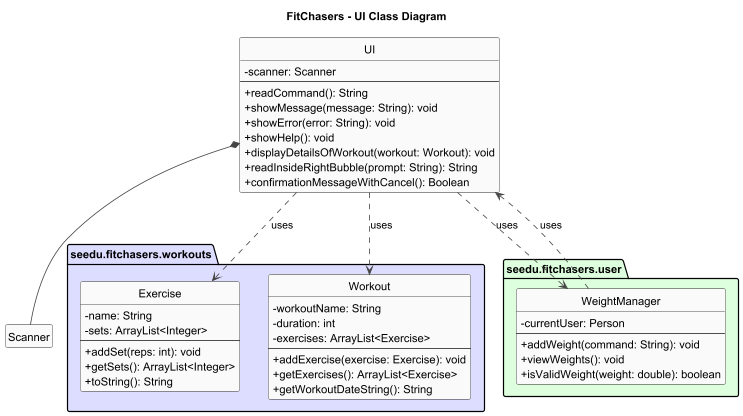
The PlantUML diagram docs/diagrams/UI_class_diagram.png in Exceptional-Khoi/tp, before a commit.
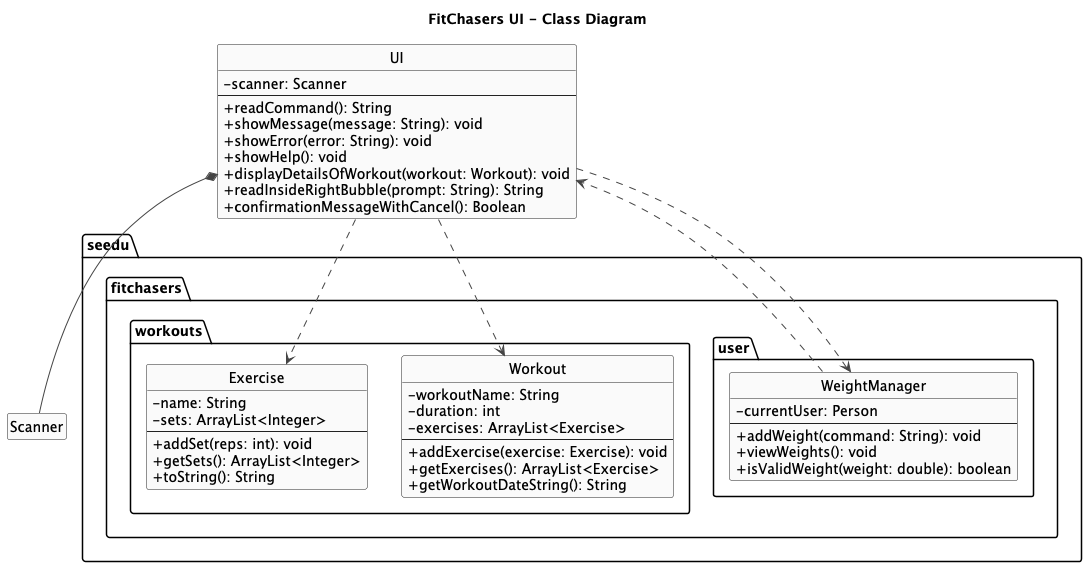
After the change.

The edit, as a diff of the source:
```diff
@@ -1,5 +1,5 @@
 @startuml
-title FitChasers - UI Class Diagram
+title FitChasers UI - Class Diagram
 
 skinparam shadowing false
 skinparam classAttributeIconSize 0
@@ -15,7 +15,7 @@
 
 class Scanner
 
-package "seedu.fitchasers.workouts" as pkg_workouts #DDDDFF {
+package "seedu.fitchasers.workouts" {
   class Exercise {
     - name: String
     - sets: ArrayList<Integer>
@@ -36,7 +36,7 @@
   }
 }
 
-package "seedu.fitchasers.user" as pkg_user #DDFFDD {
+package "seedu.fitchasers.user" {
   class WeightManager {
     - currentUser: Person
     --
@@ -59,9 +59,9 @@
 }
 
 UI *-- Scanner
-UI ..> Workout : uses
-UI ..> Exercise : uses
-UI ..> WeightManager : uses
+UI ..> Workout
+UI ..> Exercise
+UI ..> WeightManager
 
-WeightManager ..> UI : uses
+WeightManager ..> UI
 @enduml
```
